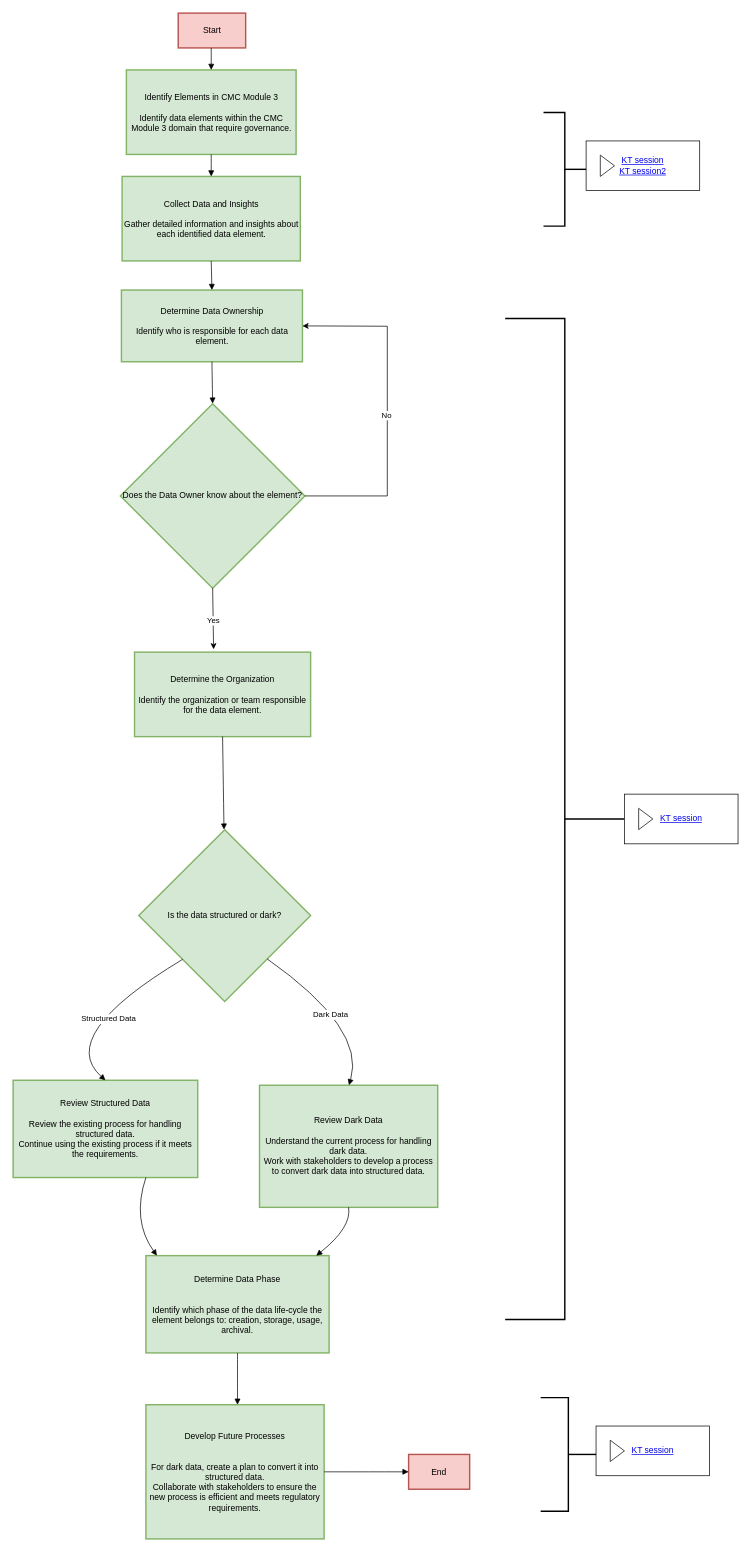
Above: page "Page-1" (1 of 2) of Untitled Diagram1.drawio in pavanaj007/pavanaj0071 (draw.io), before the change. Source tidied: cells renumbered, new cells numbered last; positions are measured from the earlier drawing's top-left corner, leaving out a move shared by most shapes. Both pictures are drawn from the tidied source at 71%, with x=0, y=0 at pixel (13, 13).
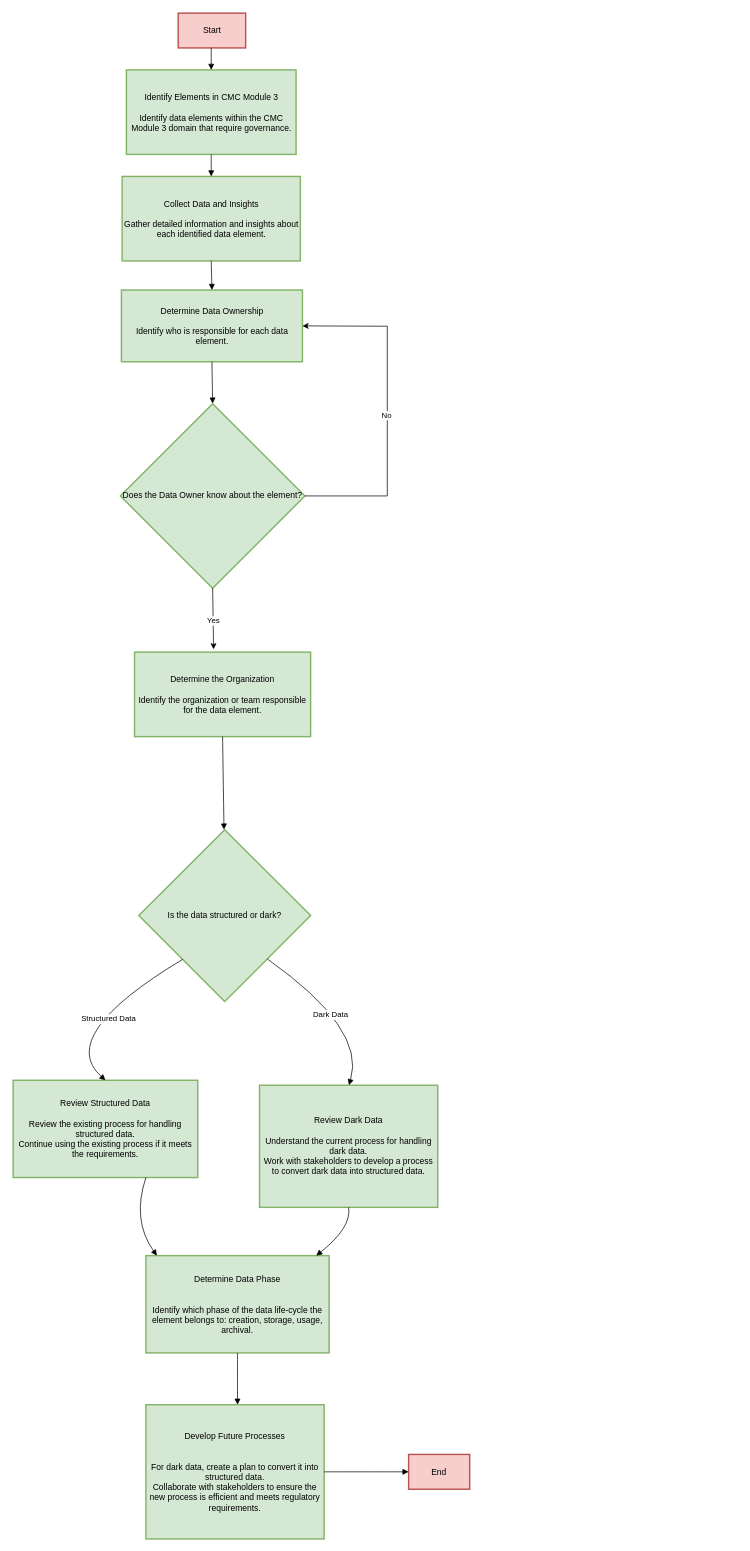
The same page after the edit.

The edit, as a diff of the source:
```diff
@@
-    <mxCell id="29" value="&lt;a href=&quot;https://amgen.sharepoint.com/:v:/r/sites/E2ERegulatorySubmissionValueOptimization-E2EReg-CMC-ExtVendors/Shared%20Documents/E2E%20Reg%20-%20CMC-Clinical%20Ext%20Vendors/KT%20Docs/REX%20Data%20Foundation/Recordings/11-19-24_DF-DQDG%20Overview%20Recording.mp4?csf=1&amp;amp;web=1&amp;amp;e=BMZ4xL&quot;&gt;KT session&lt;/a&gt;&lt;div&gt;&lt;a href=&quot;https://amgen.sharepoint.com/:v:/r/sites/E2ERegulatorySubmissionValueOptimization-E2EReg-CMC-ExtVendors/Shared%20Documents/E2E%20Reg%20-%20CMC-Clinical%20Ext%20Vendors/KT%20Docs/REX%20Data%20Foundation/Recordings/11-20-24_DF-DQDG%20Overview%20Recording.mp4?csf=1&amp;amp;web=1&amp;amp;e=idyDzc&quot;&gt;KT session2&lt;/a&gt;&lt;/div&gt;" style="html=1;whiteSpace=wrap;" parent="1" vertex="1">
-      <mxGeometry x="807" y="180" width="160" height="70" as="geometry" />
-    </mxCell>
-    <mxCell id="30" style="triangle;html=1;whiteSpace=wrap;" parent="29" vertex="1">
-      <mxGeometry x="20" y="20" width="20" height="30" as="geometry" />
-    </mxCell>
-    <mxCell id="31" style="strokeWidth=2;html=1;shape=mxgraph.flowchart.annotation_2;align=left;labelPosition=right;direction=west;" parent="1" vertex="1">
-      <mxGeometry x="743" y="1950" width="78" height="160" as="geometry" />
-    </mxCell>
-    <mxCell id="32" style="strokeWidth=2;html=1;shape=mxgraph.flowchart.annotation_2;align=left;labelPosition=right;direction=west;" parent="1" vertex="1">
-      <mxGeometry x="693" y="430" width="168" height="1410" as="geometry" />
-    </mxCell>
-    <mxCell id="33" value="&lt;a href=&quot;https://amgen.sharepoint.com/:v:/r/sites/E2ERegulatorySubmissionValueOptimization-E2EReg-CMC-ExtVendors/Shared%20Documents/E2E%20Reg%20-%20CMC-Clinical%20Ext%20Vendors/KT%20Docs/REX%20Data%20Foundation/Recordings/11-25-24_DF-DQDG_KT%20MEETING%20RECORDING.mp4?csf=1&amp;amp;web=1&amp;amp;e=mRnVzW&quot;&gt;KT session&lt;/a&gt;" style="html=1;whiteSpace=wrap;" parent="1" vertex="1">
-      <mxGeometry x="861" y="1100" width="160" height="70" as="geometry" />
-    </mxCell>
-    <mxCell id="34" style="triangle;html=1;whiteSpace=wrap;" parent="33" vertex="1">
-      <mxGeometry x="20" y="20" width="20" height="30" as="geometry" />
-    </mxCell>
-    <mxCell id="35" style="strokeWidth=2;html=1;shape=mxgraph.flowchart.annotation_2;align=left;labelPosition=right;direction=west;" parent="1" vertex="1">
-      <mxGeometry x="747" y="140" width="60" height="160" as="geometry" />
-    </mxCell>
-    <mxCell id="36" value="&lt;a href=&quot;https://amgen.sharepoint.com/:v:/r/sites/E2ERegulatorySubmissionValueOptimization-E2EReg-CMC-ExtVendors/Shared%20Documents/E2E%20Reg%20-%20CMC-Clinical%20Ext%20Vendors/KT%20Docs/REX%20Data%20Foundation/Recordings/11-26-24_DF_DQDG_KT%20Meeting%20Recording.mp4?csf=1&amp;amp;web=1&amp;amp;e=6kenDC&quot;&gt;KT session&lt;/a&gt;" style="html=1;whiteSpace=wrap;" parent="1" vertex="1">
-      <mxGeometry x="821" y="1990" width="160" height="70" as="geometry" />
-    </mxCell>
-    <mxCell id="37" style="triangle;html=1;whiteSpace=wrap;" parent="36" vertex="1">
-      <mxGeometry x="20" y="20" width="20" height="30" as="geometry" />
-    </mxCell>
```
